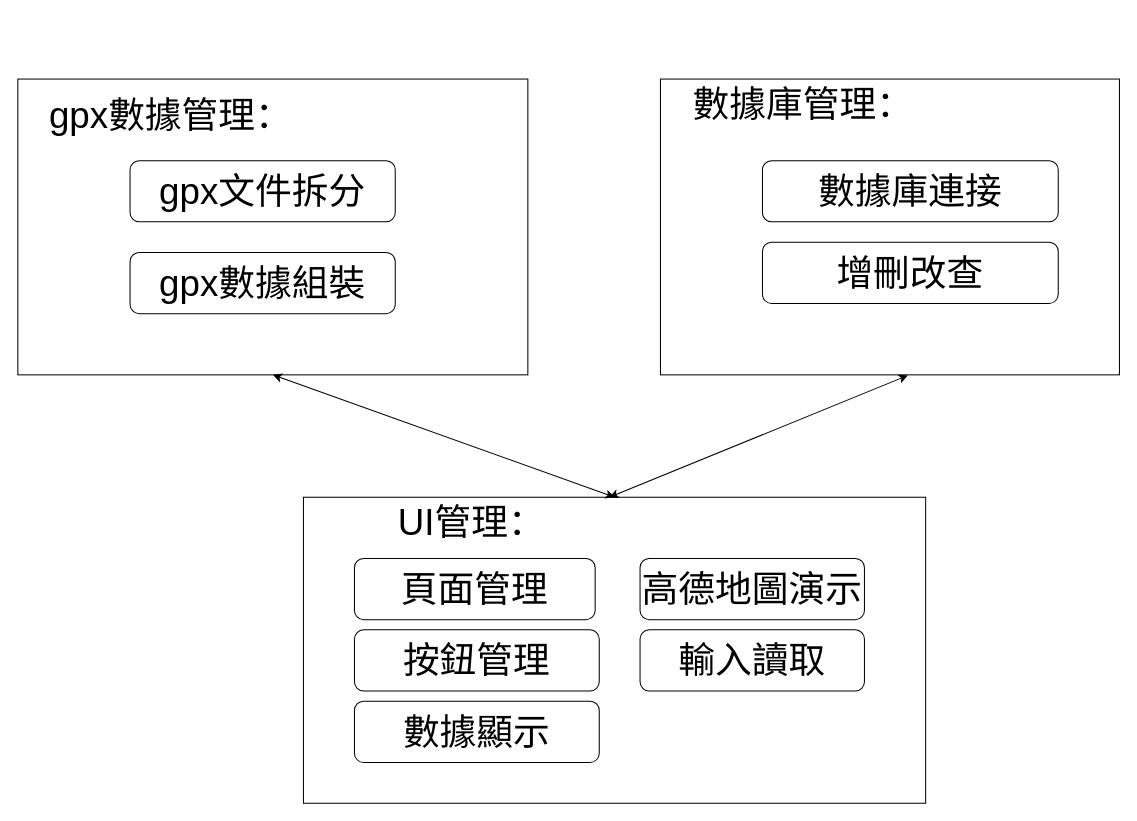
pengzhen80/PigeonRace keeps this draw.io diagram as highSpeedRoads_SystemDesign.drawio. Above is the earlier version. Source tidied: cells renumbered, new cells numbered last; positions are measured from the earlier drawing's top-left corner, leaving out a move shared by most shapes. Both pictures are drawn from the tidied source at 102%, with x=0, y=0 at pixel (17, 79).
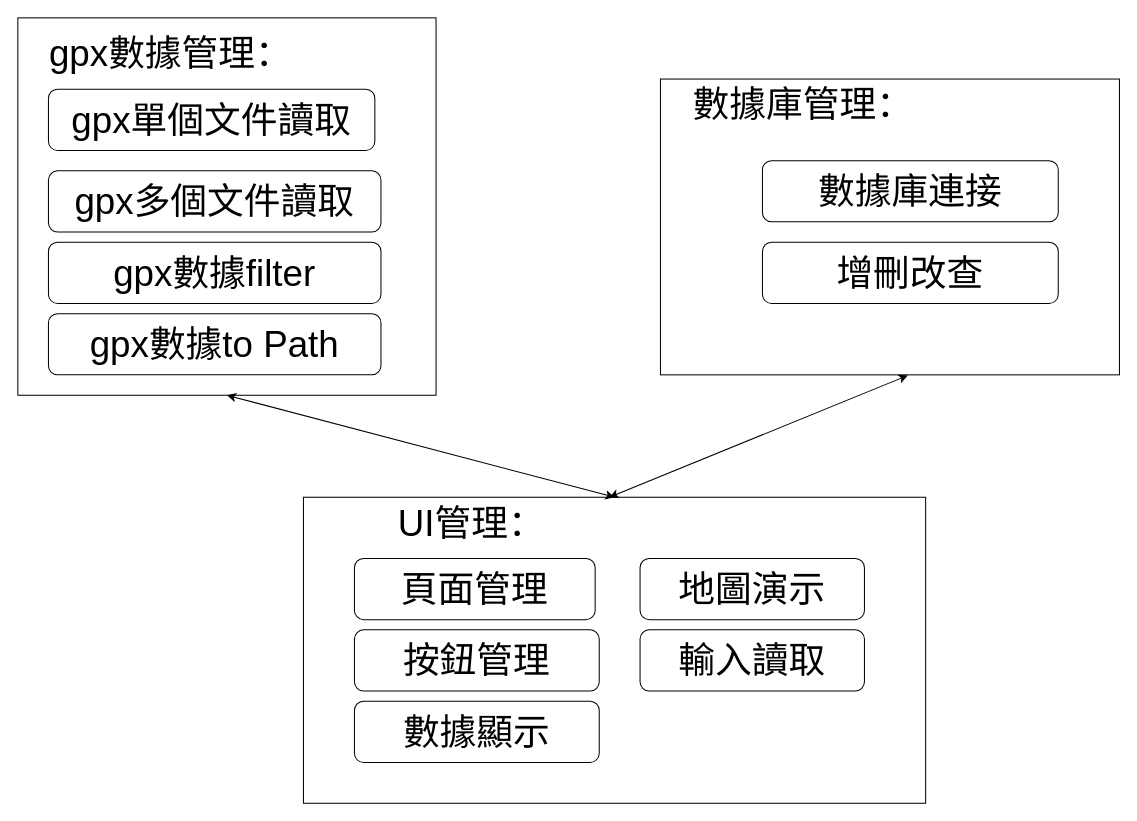
Above is the later version.

Unchanged cells that the change refers to:
```xml
<mxCell id="10" style="rounded=0;whiteSpace=wrap;html=1;fontSize=36;" parent="1" vertex="1">
  <mxGeometry x="280" y="410" width="610" height="300" as="geometry" />
</mxCell>
```

Diff of the diagram source:
```diff
@@
     <mxCell id="2" style="rounded=0;whiteSpace=wrap;html=1;" parent="1" vertex="1">
-      <mxGeometry width="500" height="290" as="geometry" />
+      <mxGeometry y="-60" width="410" height="370" as="geometry" />
     </mxCell>
     <mxCell id="3" value="&lt;font style=&quot;font-size: 36px&quot;&gt;gpx數據管理：&lt;/font&gt;" style="text;html=1;strokeColor=none;fillColor=none;align=center;verticalAlign=middle;whiteSpace=wrap;rounded=0;" parent="1" vertex="1">
-      <mxGeometry x="10" y="20" width="280" height="30" as="geometry" />
+      <mxGeometry x="10" y="-40" width="280" height="30" as="geometry" />
     </mxCell>
-    <mxCell id="4" value="gpx文件拆分" style="rounded=1;whiteSpace=wrap;html=1;fontSize=36;" parent="1" vertex="1">
-      <mxGeometry x="110" y="80" width="260" height="60" as="geometry" />
+    <mxCell id="4" value="gpx單個文件讀取" style="rounded=1;whiteSpace=wrap;html=1;fontSize=36;" parent="1" vertex="1">
+      <mxGeometry x="30" y="10" width="320" height="60" as="geometry" />
     </mxCell>
-    <mxCell id="5" value="gpx數據組裝" style="rounded=1;whiteSpace=wrap;html=1;fontSize=36;" parent="1" vertex="1">
-      <mxGeometry x="110" y="170" width="260" height="60" as="geometry" />
+    <mxCell id="5" value="gpx多個文件讀取" style="rounded=1;whiteSpace=wrap;html=1;fontSize=36;" parent="1" vertex="1">
+      <mxGeometry x="30" y="90" width="326" height="60" as="geometry" />
     </mxCell>
@@
-    <mxCell id="15" value="高德地圖演示" style="rounded=1;whiteSpace=wrap;html=1;fontSize=36;" parent="1" vertex="1">
+    <mxCell id="15" value="地圖演示" style="rounded=1;whiteSpace=wrap;html=1;fontSize=36;" parent="1" vertex="1">
       <mxGeometry x="610" y="470" width="220" height="60" as="geometry" />
     </mxCell>
@@
-    <mxCell id="17" style="endArrow=classic;startArrow=classic;html=1;rounded=0;fontSize=36;entryX=0.5;entryY=0;entryDx=0;entryDy=0;" parent="1" edge="1" target="10">
-      <mxGeometry relative="1" as="geometry">
-        <mxPoint x="250" y="290" as="sourcePoint" />
-      </mxGeometry>
+    <mxCell id="17" style="endArrow=classic;startArrow=classic;html=1;rounded=0;fontSize=36;entryX=0.5;entryY=0;entryDx=0;entryDy=0;exitX=0.5;exitY=1;exitDx=0;exitDy=0;" parent="1" edge="1" source="2" target="10">
+      <mxGeometry relative="1" as="geometry" />
     </mxCell>
@@
+    <mxCell id="19" value="gpx數據filter" style="rounded=1;whiteSpace=wrap;html=1;fontSize=36;" parent="1" vertex="1">
+      <mxGeometry x="30" y="160" width="326" height="60" as="geometry" />
+    </mxCell>
+    <mxCell id="20" value="gpx數據to Path" style="rounded=1;whiteSpace=wrap;html=1;fontSize=36;" parent="1" vertex="1">
+      <mxGeometry x="30" y="230" width="326" height="60" as="geometry" />
+    </mxCell>
```
